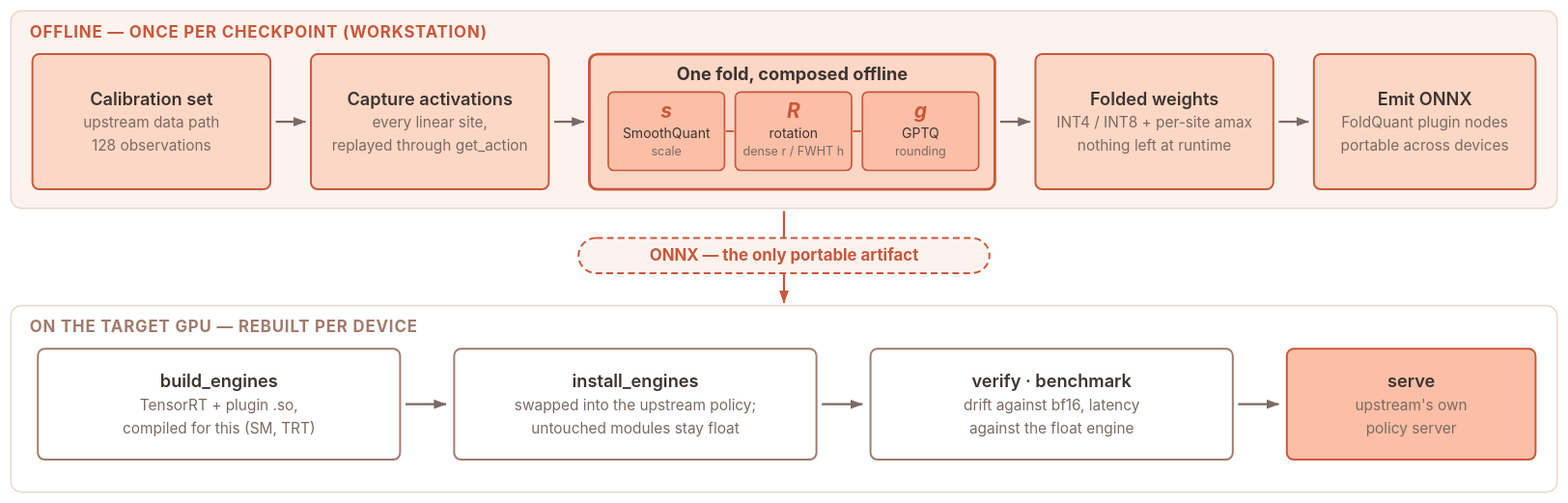
cair-vinuni/FoldQuantVLA keeps this draw.io diagram as docs/assets/foldquant-pipeline.svg. Above is the earlier version. Source tidied: cells renumbered, new cells last; positions are measured from the earlier drawing's top-left corner, leaving out a move shared by most shapes.
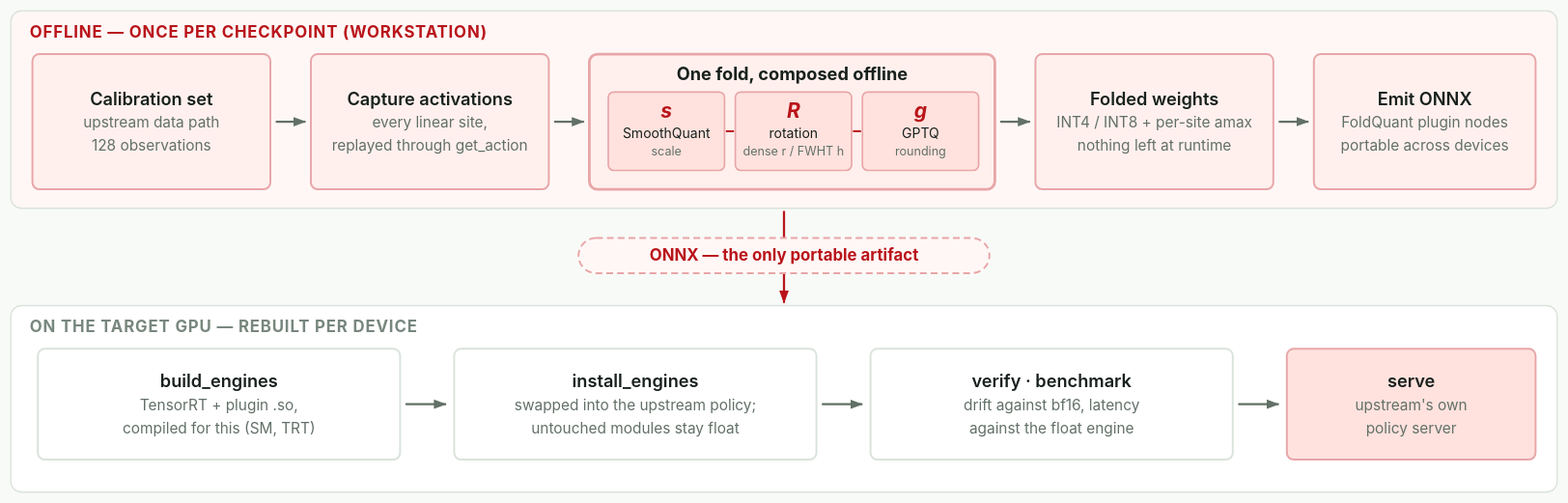
The same diagram one commit later.

Change to the diagram source:
```diff
@@ -2,73 +2,73 @@
   <root>
     <mxCell id="0" />
     <mxCell id="1" parent="0" />
-    <mxCell id="2" value="OFFLINE - ONCE PER CHECKPOINT (WORKSTATION)" style="rounded=1;fillColor=#fdf3ee;strokeColor=#e8d5cb;verticalAlign=top;align=left;spacingLeft=12;fontSize=12;fontStyle=1;fontColor=#ca573a;" parent="1" vertex="1">
+    <mxCell id="2" value="OFFLINE - ONCE PER CHECKPOINT (WORKSTATION)" style="rounded=1;fillColor=#FFF7F6;strokeColor=#DAE3DC;verticalAlign=top;align=left;spacingLeft=12;fontSize=12;fontStyle=1;fontColor=#B9141A;" parent="1" vertex="1">
       <mxGeometry width="1144" height="146" as="geometry" />
     </mxCell>
-    <mxCell id="3" value="ON THE TARGET GPU - REBUILT PER DEVICE" style="rounded=1;fillColor=#ffffff;strokeColor=#e8d5cb;verticalAlign=top;align=left;spacingLeft=12;fontSize=12;fontStyle=1;fontColor=#a17b6b;" parent="1" vertex="1">
+    <mxCell id="3" value="ON THE TARGET GPU - REBUILT PER DEVICE" style="rounded=1;fillColor=#ffffff;strokeColor=#DAE3DC;verticalAlign=top;align=left;spacingLeft=12;fontSize=12;fontStyle=1;fontColor=#78877E;" parent="1" vertex="1">
       <mxGeometry y="218" width="1144" height="138" as="geometry" />
     </mxCell>
-    <mxCell id="4" value="Calibration set" style="rounded=1;fillColor=#fcd7c5;strokeColor=#ca573a;fontStyle=1;" parent="1" vertex="1">
+    <mxCell id="4" value="Calibration set" style="rounded=1;fillColor=#FFF0ED;strokeColor=#B9141A;fontStyle=1;" parent="1" vertex="1">
       <mxGeometry x="16" y="32" width="176" height="100" as="geometry" />
     </mxCell>
-    <mxCell id="5" value="Capture activations" style="rounded=1;fillColor=#fcd7c5;strokeColor=#ca573a;fontStyle=1;" parent="1" vertex="1">
+    <mxCell id="5" value="Capture activations" style="rounded=1;fillColor=#FFF0ED;strokeColor=#B9141A;fontStyle=1;" parent="1" vertex="1">
       <mxGeometry x="222" y="32" width="176" height="100" as="geometry" />
     </mxCell>
-    <mxCell id="6" value="One fold, composed offline" style="rounded=1;fillColor=#fcd7c5;strokeColor=#ca573a;strokeWidth=2;verticalAlign=top;fontStyle=1;" parent="1" vertex="1">
+    <mxCell id="6" value="One fold, composed offline" style="rounded=1;fillColor=#FFF0ED;strokeColor=#B9141A;strokeWidth=2;verticalAlign=top;fontStyle=1;" parent="1" vertex="1">
       <mxGeometry x="428" y="32" width="300" height="100" as="geometry" />
     </mxCell>
-    <mxCell id="7" value="s" style="rounded=1;fillColor=#fabfa6;strokeColor=#ca573a;fontStyle=3;" parent="1" vertex="1">
+    <mxCell id="7" value="s" style="rounded=1;fillColor=#FFE2DE;strokeColor=#B9141A;fontStyle=3;" parent="1" vertex="1">
       <mxGeometry x="442" y="60" width="86" height="58" as="geometry" />
     </mxCell>
-    <mxCell id="8" value="R" style="rounded=1;fillColor=#fabfa6;strokeColor=#ca573a;fontStyle=3;" parent="1" vertex="1">
+    <mxCell id="8" value="R" style="rounded=1;fillColor=#FFE2DE;strokeColor=#B9141A;fontStyle=3;" parent="1" vertex="1">
       <mxGeometry x="536" y="60" width="86" height="58" as="geometry" />
     </mxCell>
-    <mxCell id="9" value="g" style="rounded=1;fillColor=#fabfa6;strokeColor=#ca573a;fontStyle=3;" parent="1" vertex="1">
+    <mxCell id="9" value="g" style="rounded=1;fillColor=#FFE2DE;strokeColor=#B9141A;fontStyle=3;" parent="1" vertex="1">
       <mxGeometry x="630" y="60" width="86" height="58" as="geometry" />
     </mxCell>
-    <mxCell id="10" value="Folded weights" style="rounded=1;fillColor=#fcd7c5;strokeColor=#ca573a;fontStyle=1;" parent="1" vertex="1">
+    <mxCell id="10" value="Folded weights" style="rounded=1;fillColor=#FFF0ED;strokeColor=#B9141A;fontStyle=1;" parent="1" vertex="1">
       <mxGeometry x="758" y="32" width="176" height="100" as="geometry" />
     </mxCell>
-    <mxCell id="11" value="Emit ONNX" style="rounded=1;fillColor=#fcd7c5;strokeColor=#ca573a;fontStyle=1;" parent="1" vertex="1">
+    <mxCell id="11" value="Emit ONNX" style="rounded=1;fillColor=#FFF0ED;strokeColor=#B9141A;fontStyle=1;" parent="1" vertex="1">
       <mxGeometry x="964" y="32" width="164" height="100" as="geometry" />
     </mxCell>
-    <mxCell id="12" value="ONNX - the only portable artifact" style="rounded=1;arcSize=50;dashed=1;fillColor=#fdf3ee;strokeColor=#ca573a;fontColor=#ca573a;fontStyle=1;" parent="1" vertex="1">
+    <mxCell id="12" value="ONNX - the only portable artifact" style="rounded=1;arcSize=50;dashed=1;fillColor=#FFF7F6;strokeColor=#B9141A;fontColor=#B9141A;fontStyle=1;" parent="1" vertex="1">
       <mxGeometry x="420" y="168" width="304" height="26" as="geometry" />
     </mxCell>
-    <mxCell id="13" value="build_engines" style="rounded=1;fillColor=#ffffff;strokeColor=#a17b6b;fontStyle=1;" parent="1" vertex="1">
+    <mxCell id="13" value="build_engines" style="rounded=1;fillColor=#ffffff;strokeColor=#78877E;fontStyle=1;" parent="1" vertex="1">
       <mxGeometry x="20" y="250" width="268" height="82" as="geometry" />
     </mxCell>
-    <mxCell id="14" value="install_engines" style="rounded=1;fillColor=#ffffff;strokeColor=#a17b6b;fontStyle=1;" parent="1" vertex="1">
+    <mxCell id="14" value="install_engines" style="rounded=1;fillColor=#ffffff;strokeColor=#78877E;fontStyle=1;" parent="1" vertex="1">
       <mxGeometry x="328" y="250" width="268" height="82" as="geometry" />
     </mxCell>
-    <mxCell id="15" value="verify / benchmark" style="rounded=1;fillColor=#ffffff;strokeColor=#a17b6b;fontStyle=1;" parent="1" vertex="1">
+    <mxCell id="15" value="verify / benchmark" style="rounded=1;fillColor=#ffffff;strokeColor=#78877E;fontStyle=1;" parent="1" vertex="1">
       <mxGeometry x="636" y="250" width="268" height="82" as="geometry" />
     </mxCell>
-    <mxCell id="16" value="serve" style="rounded=1;fillColor=#fabfa6;strokeColor=#ca573a;fontStyle=1;" parent="1" vertex="1">
+    <mxCell id="16" value="serve" style="rounded=1;fillColor=#FFE2DE;strokeColor=#B9141A;fontStyle=1;" parent="1" vertex="1">
       <mxGeometry x="944" y="250" width="184" height="82" as="geometry" />
     </mxCell>
-    <mxCell id="17" style="edgeStyle=orthogonalEdgeStyle;strokeColor=#7a6a62;" parent="1" edge="1" source="4" target="5">
+    <mxCell id="17" style="edgeStyle=orthogonalEdgeStyle;strokeColor=#627067;" parent="1" edge="1" source="4" target="5">
       <mxGeometry relative="1" as="geometry" />
     </mxCell>
-    <mxCell id="18" style="edgeStyle=orthogonalEdgeStyle;strokeColor=#7a6a62;" parent="1" edge="1" source="5" target="6">
+    <mxCell id="18" style="edgeStyle=orthogonalEdgeStyle;strokeColor=#627067;" parent="1" edge="1" source="5" target="6">
       <mxGeometry relative="1" as="geometry" />
     </mxCell>
-    <mxCell id="19" style="edgeStyle=orthogonalEdgeStyle;strokeColor=#7a6a62;" parent="1" edge="1" source="6" target="10">
+    <mxCell id="19" style="edgeStyle=orthogonalEdgeStyle;strokeColor=#627067;" parent="1" edge="1" source="6" target="10">
       <mxGeometry relative="1" as="geometry" />
     </mxCell>
-    <mxCell id="20" style="edgeStyle=orthogonalEdgeStyle;strokeColor=#7a6a62;" parent="1" edge="1" source="10" target="11">
+    <mxCell id="20" style="edgeStyle=orthogonalEdgeStyle;strokeColor=#627067;" parent="1" edge="1" source="10" target="11">
       <mxGeometry relative="1" as="geometry" />
     </mxCell>
-    <mxCell id="21" style="edgeStyle=orthogonalEdgeStyle;dashed=1;strokeColor=#ca573a;" parent="1" edge="1" source="2" target="3">
+    <mxCell id="21" style="edgeStyle=orthogonalEdgeStyle;dashed=1;strokeColor=#B9141A;" parent="1" edge="1" source="2" target="3">
       <mxGeometry relative="1" as="geometry" />
     </mxCell>
-    <mxCell id="22" style="edgeStyle=orthogonalEdgeStyle;strokeColor=#7a6a62;" parent="1" edge="1" source="13" target="14">
+    <mxCell id="22" style="edgeStyle=orthogonalEdgeStyle;strokeColor=#627067;" parent="1" edge="1" source="13" target="14">
       <mxGeometry relative="1" as="geometry" />
     </mxCell>
-    <mxCell id="23" style="edgeStyle=orthogonalEdgeStyle;strokeColor=#7a6a62;" parent="1" edge="1" source="14" target="15">
+    <mxCell id="23" style="edgeStyle=orthogonalEdgeStyle;strokeColor=#627067;" parent="1" edge="1" source="14" target="15">
       <mxGeometry relative="1" as="geometry" />
     </mxCell>
-    <mxCell id="24" style="edgeStyle=orthogonalEdgeStyle;strokeColor=#7a6a62;" parent="1" edge="1" source="15" target="16">
+    <mxCell id="24" style="edgeStyle=orthogonalEdgeStyle;strokeColor=#627067;" parent="1" edge="1" source="15" target="16">
       <mxGeometry relative="1" as="geometry" />
     </mxCell>
   </root>
```
